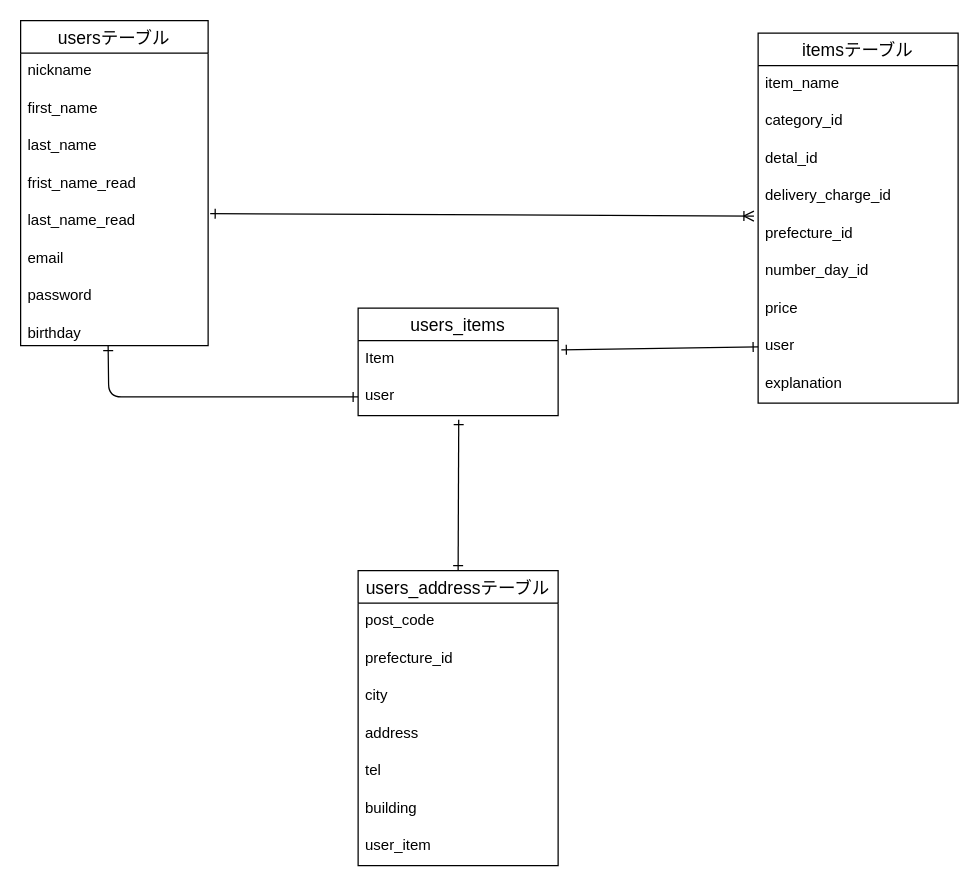
Above: app/controllers/furima.dio in kurotora69/furima-38692 (draw.io), before the change. Source tidied: cells renumbered, new cells numbered last; positions are measured from the earlier drawing's top-left corner, leaving out a move shared by most shapes. Both pictures are drawn from the tidied source at 125%, with x=0, y=0 at pixel (20, 20).
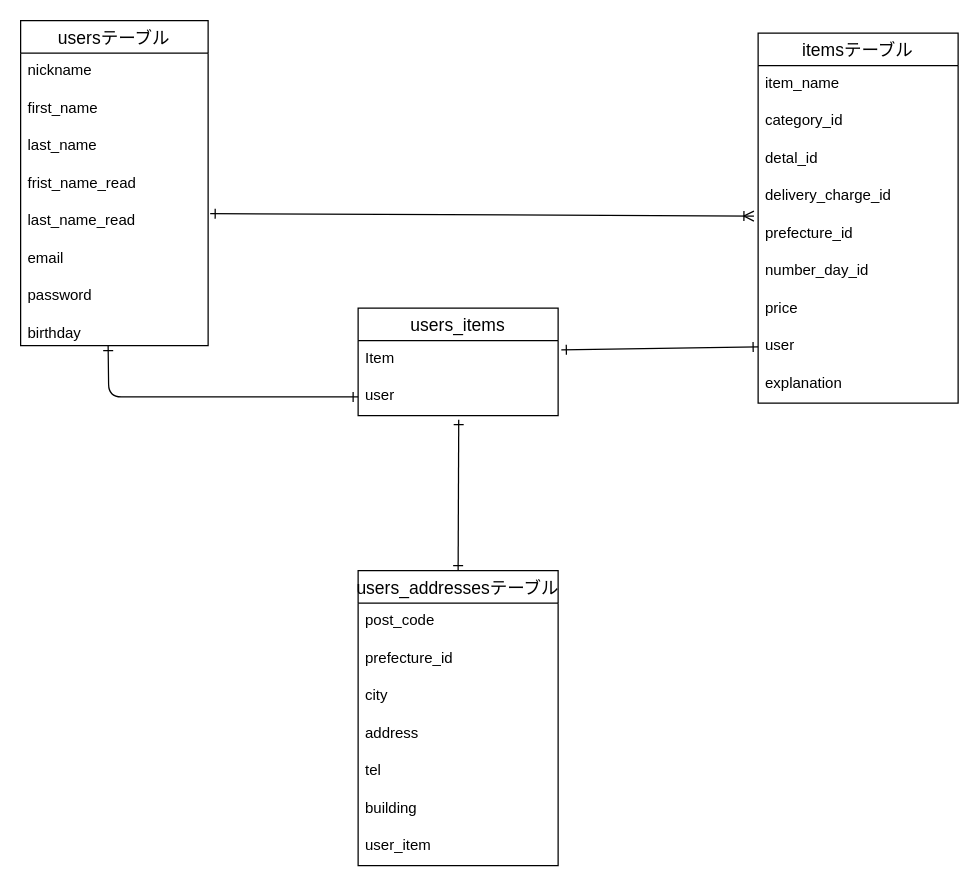
After the change.

What changed in the source:
```diff
@@
-    <mxCell id="25" value="users_addressテーブル" style="swimlane;fontStyle=0;horizontal=1;startSize=26;align=center;fontSize=14;" parent="1" vertex="1">
+    <mxCell id="25" value="users_addressesテーブル" style="swimlane;fontStyle=0;horizontal=1;startSize=26;align=center;fontSize=14;" parent="1" vertex="1">
       <mxGeometry x="270" y="440" width="160" height="236" as="geometry" />
     </mxCell>
```
